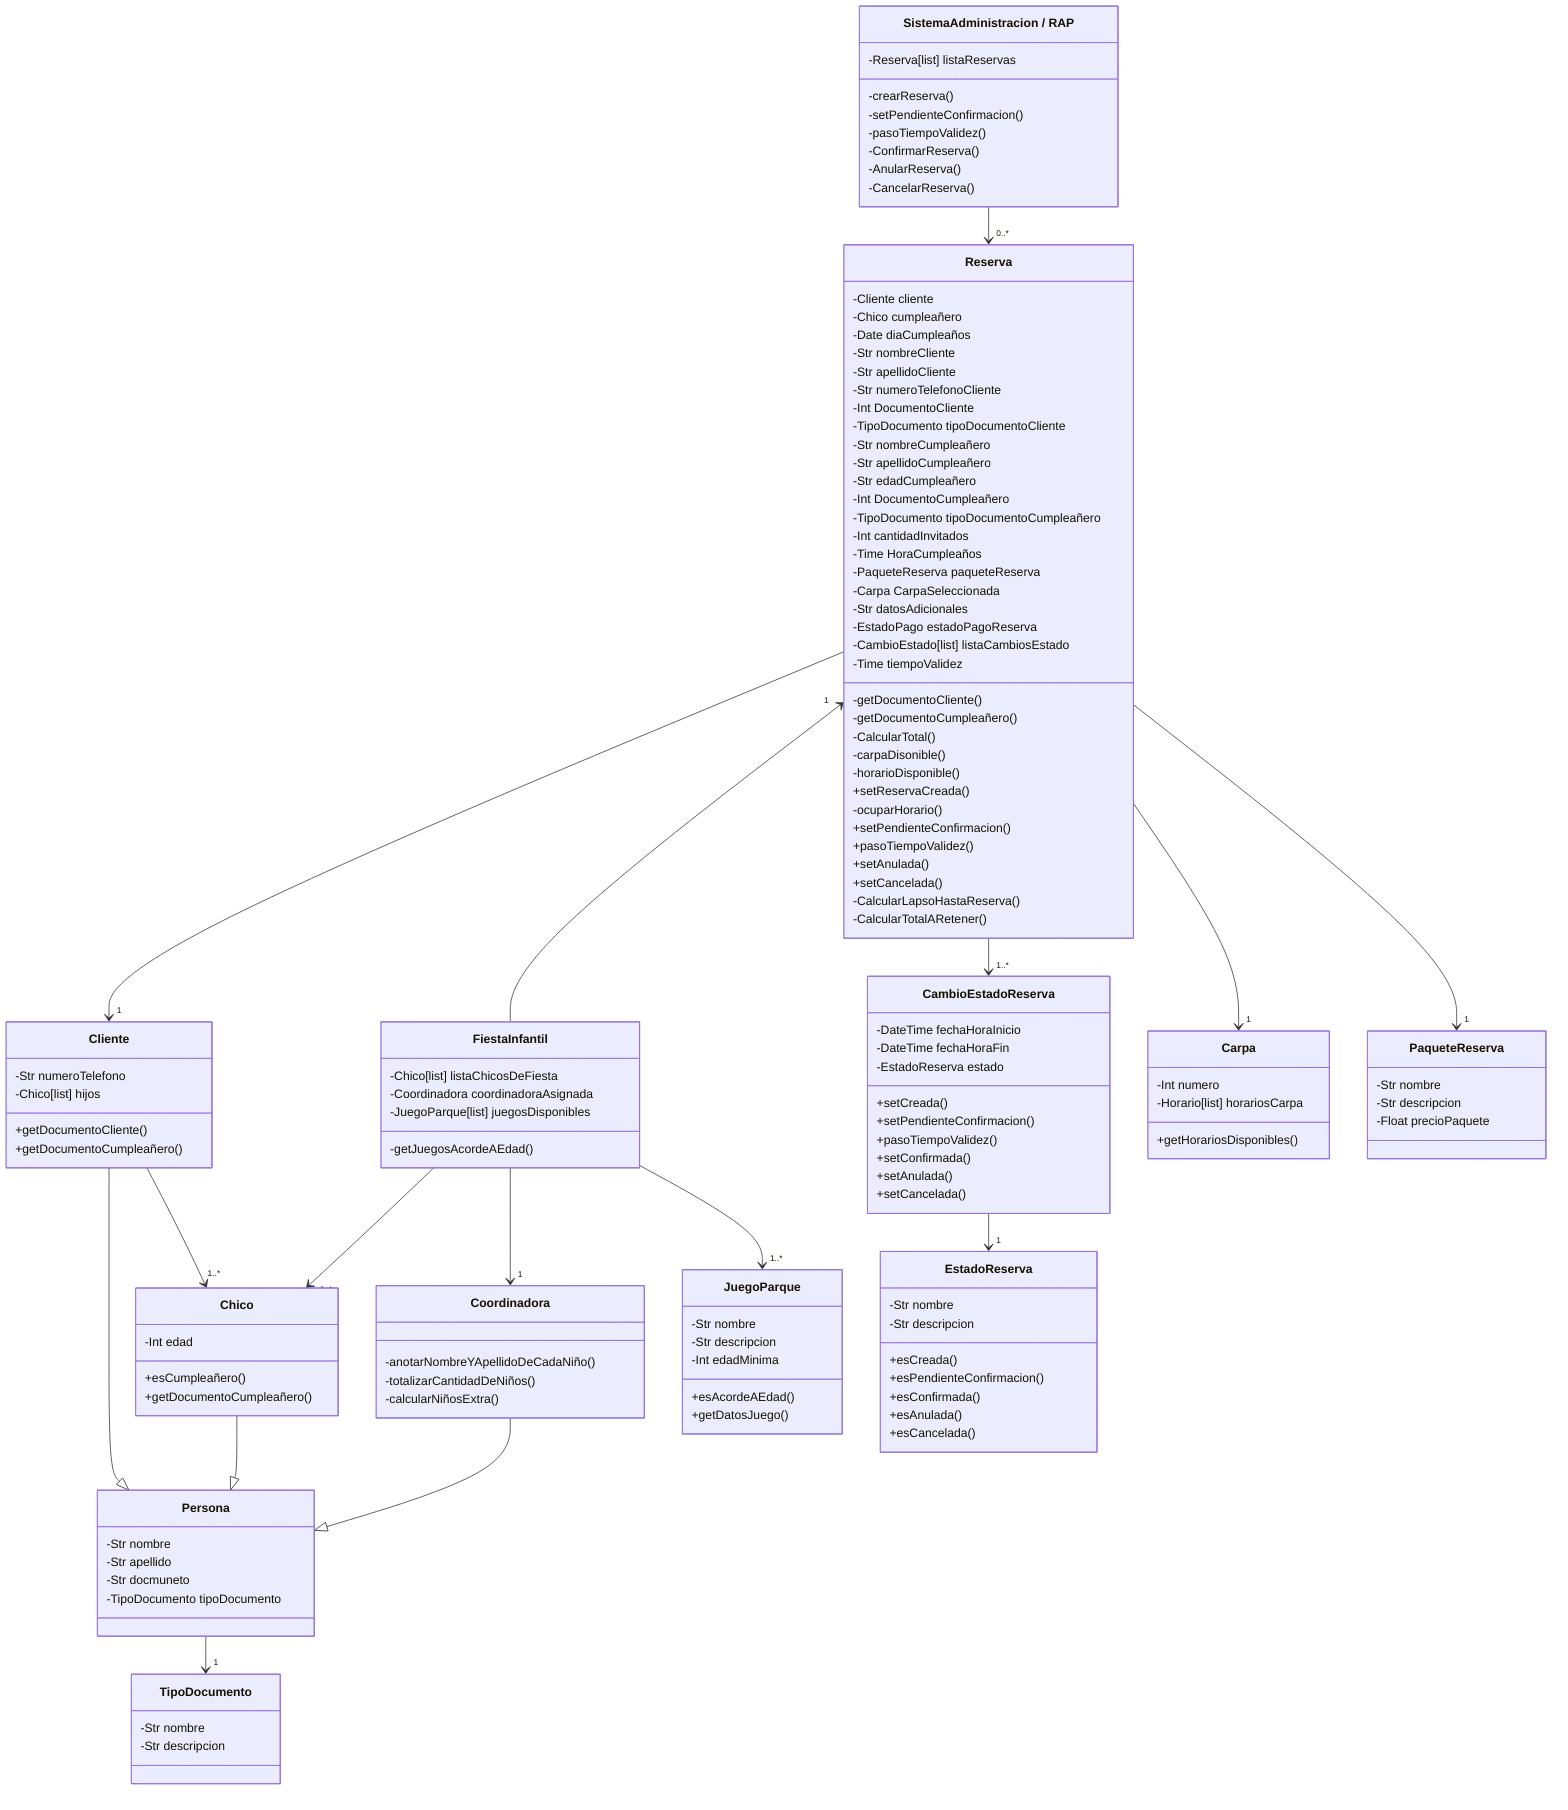
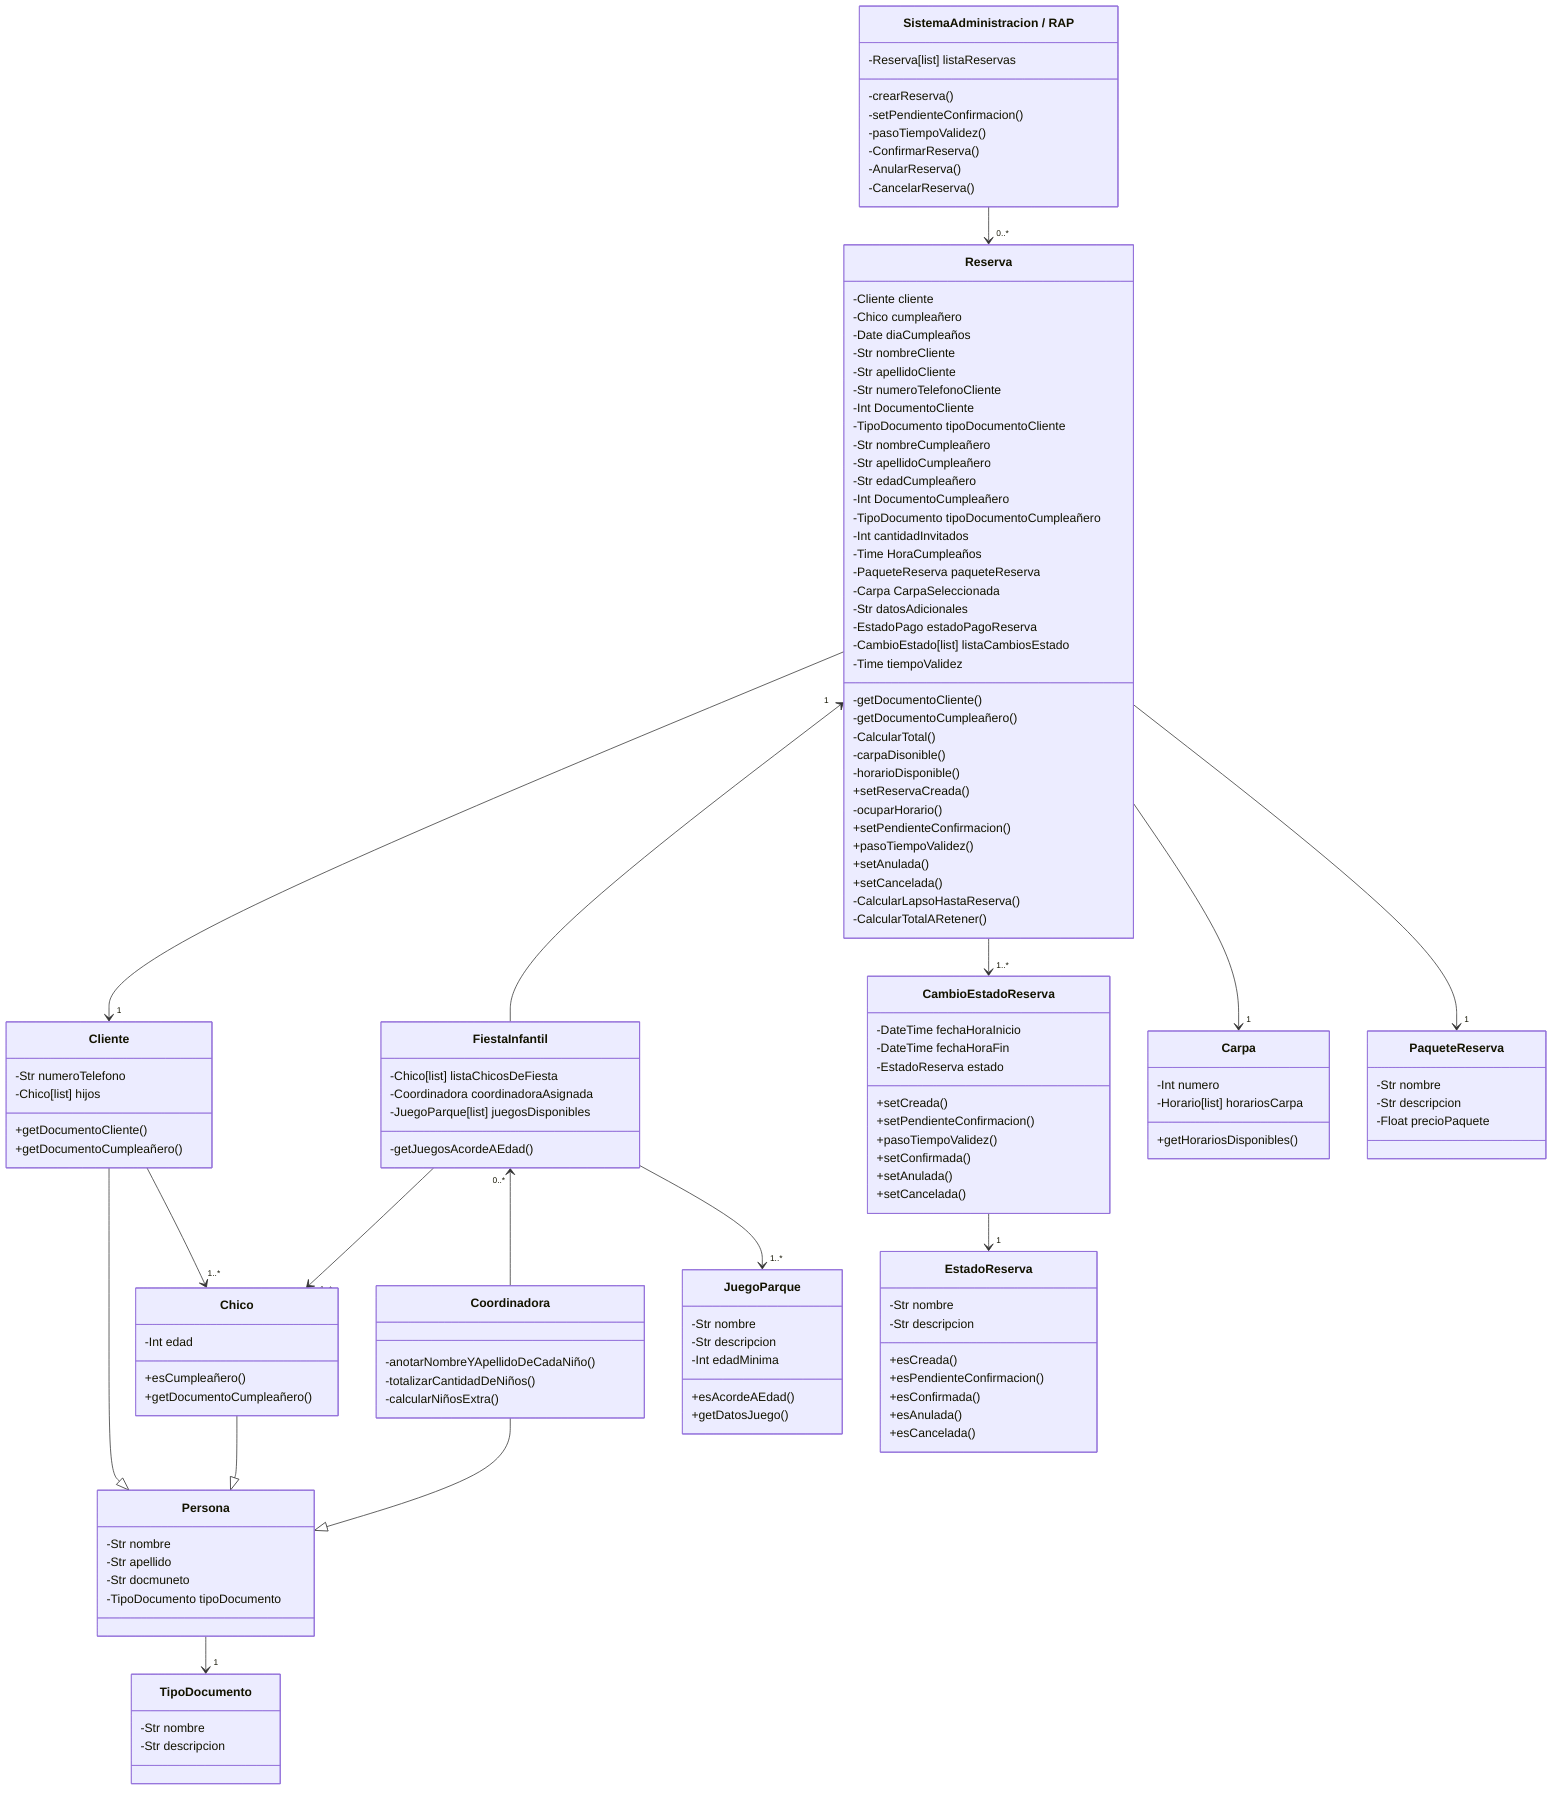
classDiagram

    Reserva -->"1" Cliente
    SistemaAdministracion -->"0..*" Reserva
    Cliente --|> Persona
    Cliente -->"1..*" Chico
    Reserva "1"<--FiestaInfantil
    Reserva -->"1..*" CambioEstadoReserva
    CambioEstadoReserva -->"1" EstadoReserva
    FiestaInfantil -->"1..*" Chico
-     FiestaInfantil -->"1" Coordinadora
+     FiestaInfantil "0..*"<-- Coordinadora
    FiestaInfantil -->"1..*" JuegoParque
    Coordinadora --|> Persona
    Reserva -->"1" Carpa
    Persona -->"1" TipoDocumento
    Chico --|> Persona
    Reserva -->"1" PaqueteReserva

    class Reserva {
        -Cliente cliente
        -Chico cumpleañero
        -Date diaCumpleaños
        -Str nombreCliente
        -Str apellidoCliente
        -Str numeroTelefonoCliente
        -Int DocumentoCliente
        -TipoDocumento tipoDocumentoCliente
        -Str nombreCumpleañero
        -Str apellidoCumpleañero
        -Str edadCumpleañero
        -Int DocumentoCumpleañero
        -TipoDocumento tipoDocumentoCumpleañero
        -Int cantidadInvitados
        -Time HoraCumpleaños
        -PaqueteReserva paqueteReserva
        -Carpa CarpaSeleccionada
        -Str datosAdicionales
        -EstadoPago estadoPagoReserva
        -CambioEstado[list] listaCambiosEstado
        -Time tiempoValidez
        -getDocumentoCliente()
        -getDocumentoCumpleañero()
        -CalcularTotal()
        -carpaDisonible()
        -horarioDisponible()
        +setReservaCreada()
        -ocuparHorario()
        +setPendienteConfirmacion()
        +pasoTiempoValidez()
        +setAnulada()
        +setCancelada()
        -CalcularLapsoHastaReserva()
        -CalcularTotalARetener()
    }
    class Cliente {
        -Str numeroTelefono
        -Chico[list] hijos

        +getDocumentoCliente()
        +getDocumentoCumpleañero()
    }
    class Persona {
        -Str nombre
        -Str apellido
        -Str docmuneto
        -TipoDocumento tipoDocumento
    }
    class Carpa{
        -Int numero
        -Horario[list] horariosCarpa
        +getHorariosDisponibles()
    }

    class CambioEstadoReserva {
        -DateTime fechaHoraInicio
        -DateTime fechaHoraFin
        -EstadoReserva estado
        +setCreada()
        +setPendienteConfirmacion()
        +pasoTiempoValidez()
        +setConfirmada()
        +setAnulada()
        +setCancelada()
    }

    class EstadoReserva {
        -Str nombre
        -Str descripcion
        +esCreada()
        +esPendienteConfirmacion()
        +esConfirmada()
        +esAnulada()
        +esCancelada()
    }
    class PaqueteReserva {
        -Str nombre
        -Str descripcion
        -Float precioPaquete
    }
    class TipoDocumento {
        -Str nombre
        -Str descripcion
    }
    class FiestaInfantil {
        -Chico[list] listaChicosDeFiesta
        -Coordinadora coordinadoraAsignada
        -JuegoParque[list] juegosDisponibles
        -getJuegosAcordeAEdad()
    }
    class Chico {
        -Int edad
        +esCumpleañero()
        +getDocumentoCumpleañero()
    }
    class SistemaAdministracion["SistemaAdministracion / RAP"] {
        -Reserva[list] listaReservas
        -crearReserva()
        -setPendienteConfirmacion()
        -pasoTiempoValidez()
        -ConfirmarReserva()
        -AnularReserva()
        -CancelarReserva()
    }

    class Coordinadora{
        -anotarNombreYApellidoDeCadaNiño()
        -totalizarCantidadDeNiños()
        -calcularNiñosExtra()
    }

    class JuegoParque {
        -Str nombre
        -Str descripcion
        -Int edadMinima
        +esAcordeAEdad()
        +getDatosJuego()
    }